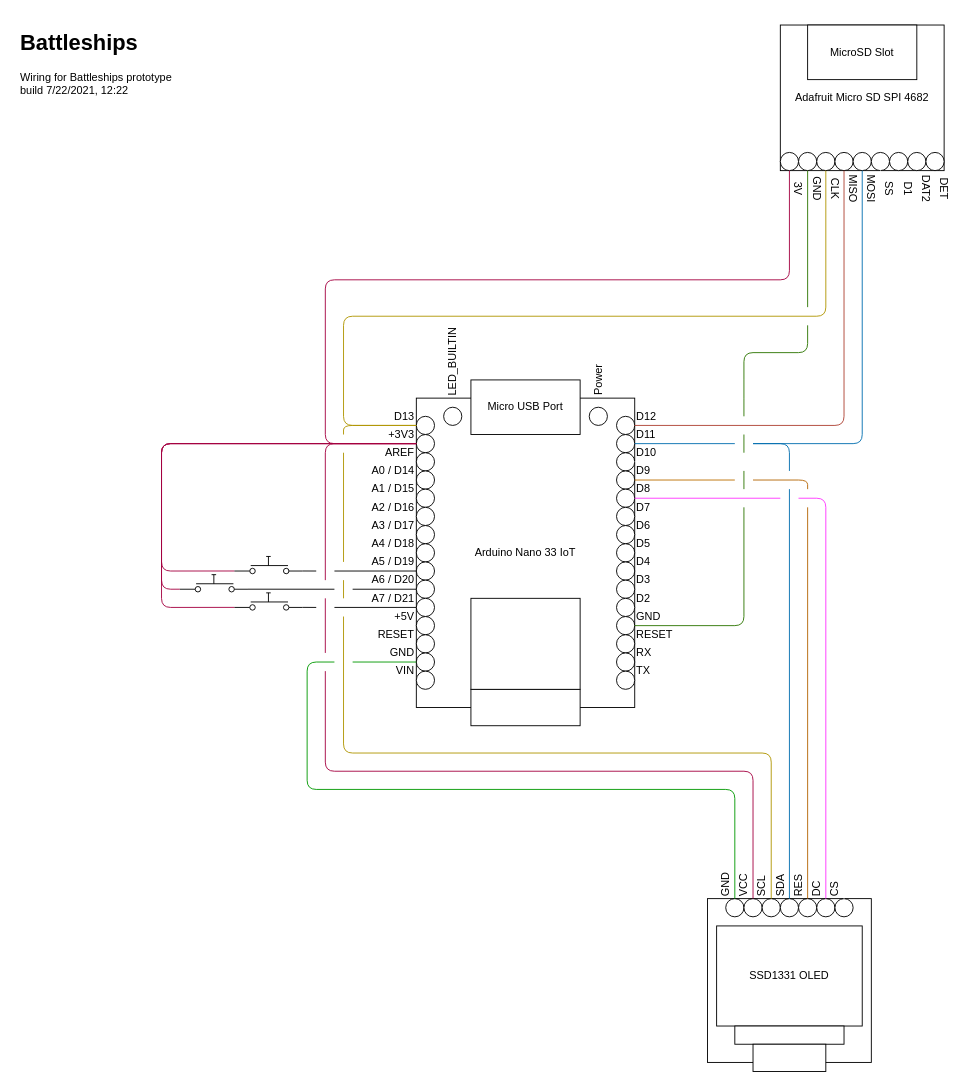
Earlier version of the draw.io diagram Prototype/Wiring Diagram.drawio (Matt-Anders-Gib/Battleships). Source tidied: cells renumbered, new cells numbered last; positions are measured from the earlier drawing's top-left corner, leaving out a move shared by most shapes. Both pictures are drawn from the tidied source at 91%, with x=0, y=0 at pixel (15, 25).
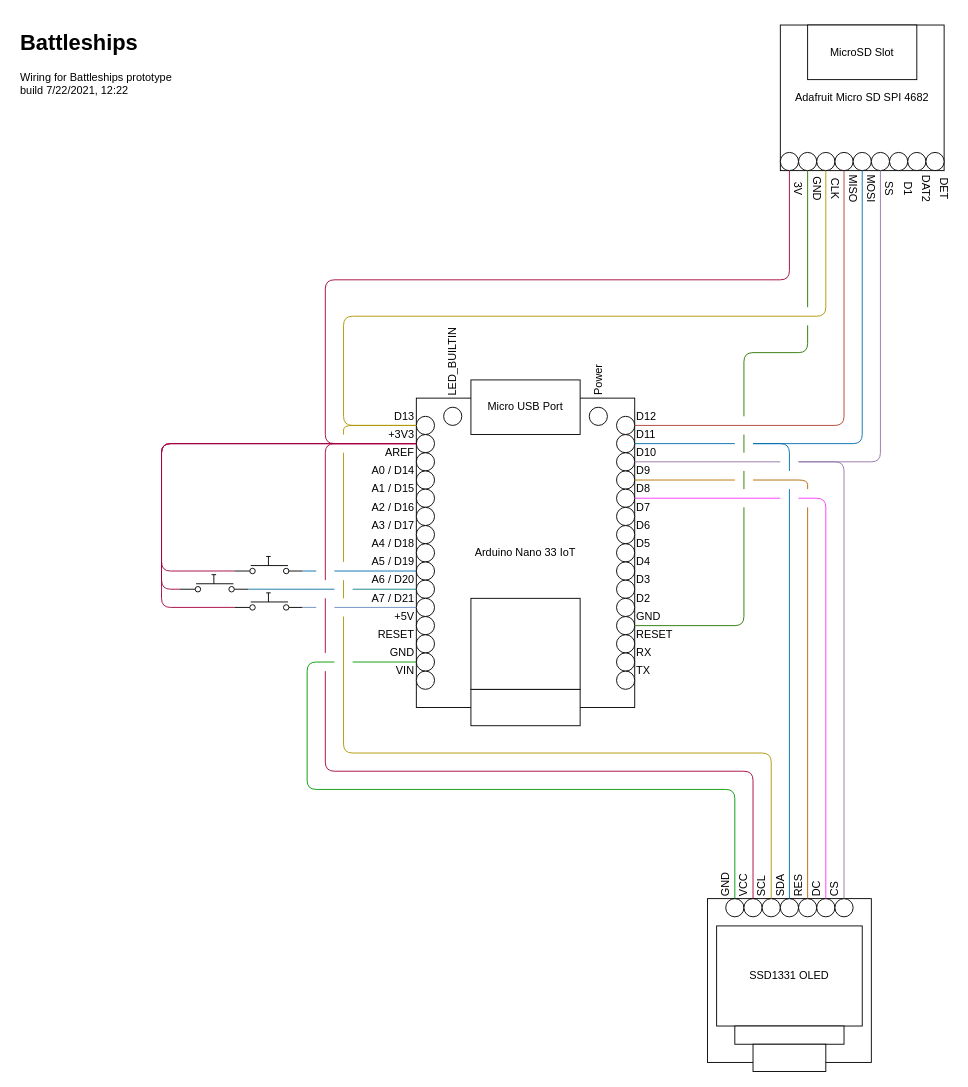
The same diagram, later.

Commit message:
Improved color choice in wiring diagram

Unchanged cells that the change refers to:
```xml
<mxCell id="10" style="ellipse;whiteSpace=wrap;html=1;" parent="3" vertex="1">
  <mxGeometry x="660" y="470" width="20" height="20" as="geometry" />
</mxCell>
<mxCell id="47" style="ellipse;whiteSpace=wrap;html=1;" parent="3" vertex="1">
  <mxGeometry x="440" y="610" width="20" height="20" as="geometry" />
</mxCell>
<mxCell id="48" style="ellipse;whiteSpace=wrap;html=1;" parent="3" vertex="1">
  <mxGeometry x="440" y="630" width="20" height="20" as="geometry" />
</mxCell>
<mxCell id="79" style="ellipse;whiteSpace=wrap;html=1;" parent="72" vertex="1">
  <mxGeometry x="900" y="960" width="20" height="20" as="geometry" />
</mxCell>
<mxCell id="118" style="ellipse;whiteSpace=wrap;html=1;" parent="110" vertex="1">
  <mxGeometry x="940" y="140" width="20" height="20" as="geometry" />
</mxCell>
<mxCell id="144" style="verticalLabelPosition=bottom;shadow=0;dashed=0;align=center;html=1;verticalAlign=top;shape=mxgraph.electrical.electro-mechanical.push_switch_no;" parent="143" vertex="1">
  <mxGeometry x="240" y="624" width="75" height="19" as="geometry" />
</mxCell>
<mxCell id="145" style="verticalLabelPosition=bottom;shadow=0;dashed=0;align=center;html=1;verticalAlign=top;shape=mxgraph.electrical.electro-mechanical.push_switch_no;" parent="143" vertex="1">
  <mxGeometry x="180" y="604" width="75" height="19" as="geometry" />
</mxCell>
<mxCell id="146" style="verticalLabelPosition=bottom;shadow=0;dashed=0;align=center;html=1;verticalAlign=top;shape=mxgraph.electrical.electro-mechanical.push_switch_no;" parent="143" vertex="1">
  <mxGeometry x="240" y="584" width="75" height="19" as="geometry" />
</mxCell>
```

The edit, as a diff of the source:
```diff
@@
-    <mxCell id="103" style="endArrow=none;html=1;exitX=1;exitY=0.5;exitDx=0;exitDy=0;strokeColor=#FFFFFF;" parent="90" edge="1" source="10">
+    <mxCell id="103" style="endArrow=none;html=1;exitX=1;exitY=0.5;exitDx=0;exitDy=0;strokeColor=#9673a6;fillColor=#e1d5e7;" parent="90" edge="1" source="10">
       <mxGeometry relative="1" as="geometry">
         <mxPoint x="840" y="480" as="targetPoint" />
       </mxGeometry>
     </mxCell>
-    <mxCell id="104" style="endArrow=none;html=1;entryX=0.5;entryY=0;entryDx=0;entryDy=0;strokeColor=#FFFFFF;" parent="90" edge="1" target="79">
+    <mxCell id="104" style="endArrow=none;html=1;entryX=0.5;entryY=0;entryDx=0;entryDy=0;strokeColor=#9673a6;fillColor=#e1d5e7;" parent="90" edge="1" target="79">
       <mxGeometry relative="1" as="geometry">
         <mxPoint x="860" y="480" as="sourcePoint" />
         <Array as="points">
           <mxPoint x="910" y="480" />
         </Array>
       </mxGeometry>
     </mxCell>
@@
-    <mxCell id="138" style="endArrow=none;html=1;entryX=0.5;entryY=1;entryDx=0;entryDy=0;strokeColor=#FFFFFF;" parent="132" edge="1" target="118">
+    <mxCell id="138" style="endArrow=none;html=1;entryX=0.5;entryY=1;entryDx=0;entryDy=0;strokeColor=#9673a6;fillColor=#e1d5e7;" parent="132" edge="1" target="118">
       <mxGeometry relative="1" as="geometry">
         <mxPoint x="860" y="480" as="sourcePoint" />
         <Array as="points">
           <mxPoint x="950" y="480" />
         </Array>
       </mxGeometry>
     </mxCell>
@@
-    <mxCell id="148" style="endArrow=none;html=1;exitX=1;exitY=0.84;exitDx=0;exitDy=0;exitPerimeter=0;" parent="147" edge="1" source="145">
+    <mxCell id="148" style="endArrow=none;html=1;exitX=1;exitY=0.84;exitDx=0;exitDy=0;exitPerimeter=0;fillColor=#b1ddf0;strokeColor=#10739e;" parent="147" edge="1" source="145">
       <mxGeometry relative="1" as="geometry">
         <mxPoint x="350" y="620" as="targetPoint" />
       </mxGeometry>
     </mxCell>
-    <mxCell id="149" style="endArrow=none;html=1;entryX=1;entryY=0.84;entryDx=0;entryDy=0;entryPerimeter=0;" parent="147" edge="1" target="144">
+    <mxCell id="149" style="endArrow=none;html=1;entryX=1;entryY=0.84;entryDx=0;entryDy=0;entryPerimeter=0;fillColor=#dae8fc;strokeColor=#6c8ebf;" parent="147" edge="1" target="144">
       <mxGeometry relative="1" as="geometry">
         <mxPoint x="330" y="640" as="sourcePoint" />
       </mxGeometry>
     </mxCell>
-    <mxCell id="150" style="endArrow=none;html=1;exitX=1;exitY=0.84;exitDx=0;exitDy=0;exitPerimeter=0;" parent="147" edge="1" source="146">
+    <mxCell id="150" style="endArrow=none;html=1;exitX=1;exitY=0.84;exitDx=0;exitDy=0;exitPerimeter=0;fillColor=#1ba1e2;strokeColor=#006EAF;" parent="147" edge="1" source="146">
       <mxGeometry relative="1" as="geometry">
         <mxPoint x="330" y="600" as="targetPoint" />
       </mxGeometry>
     </mxCell>
-    <mxCell id="151" style="endArrow=none;html=1;entryX=0;entryY=0.5;entryDx=0;entryDy=0;" parent="147" edge="1" target="48">
+    <mxCell id="151" style="endArrow=none;html=1;entryX=0;entryY=0.5;entryDx=0;entryDy=0;fillColor=#dae8fc;strokeColor=#6c8ebf;" parent="147" edge="1" target="48">
       <mxGeometry relative="1" as="geometry">
         <mxPoint x="350" y="640" as="sourcePoint" />
       </mxGeometry>
     </mxCell>
-    <mxCell id="152" style="endArrow=none;html=1;entryX=0;entryY=0.5;entryDx=0;entryDy=0;" parent="147" edge="1" target="47">
+    <mxCell id="152" style="endArrow=none;html=1;entryX=0;entryY=0.5;entryDx=0;entryDy=0;fillColor=#b0e3e6;strokeColor=#0e8088;" parent="147" edge="1" target="47">
       <mxGeometry relative="1" as="geometry">
         <mxPoint x="370" y="620" as="sourcePoint" />
       </mxGeometry>
     </mxCell>
-    <mxCell id="153" style="endArrow=none;html=1;entryX=0;entryY=0.5;entryDx=0;entryDy=0;" parent="147" edge="1">
+    <mxCell id="153" style="endArrow=none;html=1;entryX=0;entryY=0.5;entryDx=0;entryDy=0;fillColor=#1ba1e2;strokeColor=#006EAF;" parent="147" edge="1">
       <mxGeometry relative="1" as="geometry">
         <mxPoint x="350" y="600" as="sourcePoint" />
         <mxPoint x="440" y="600" as="targetPoint" />
       </mxGeometry>
     </mxCell>
```
